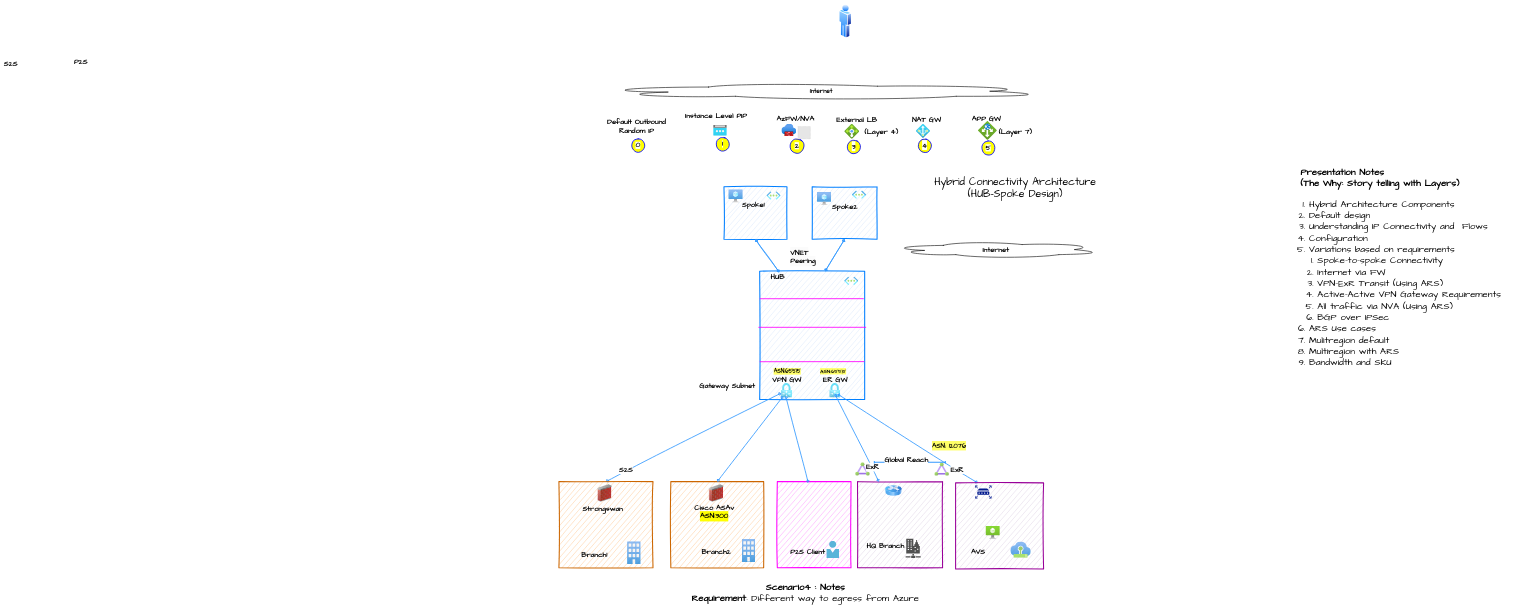
Earlier version of the draw.io diagram page "Hub-Spoke with AzFW + ARS" (1 of 3) of diagrams/hub-spoke.drawio (nehalineogi/azure-networking). Source tidied: cells renumbered, new cells numbered last; positions are measured from the earlier drawing's top-left corner, leaving out a move shared by most shapes. Both pictures are drawn from the tidied source at 21%, with x=0, y=0 at pixel (559, 4). Pictures stored in the file or linked from it are replaced by grey dashed boxes.
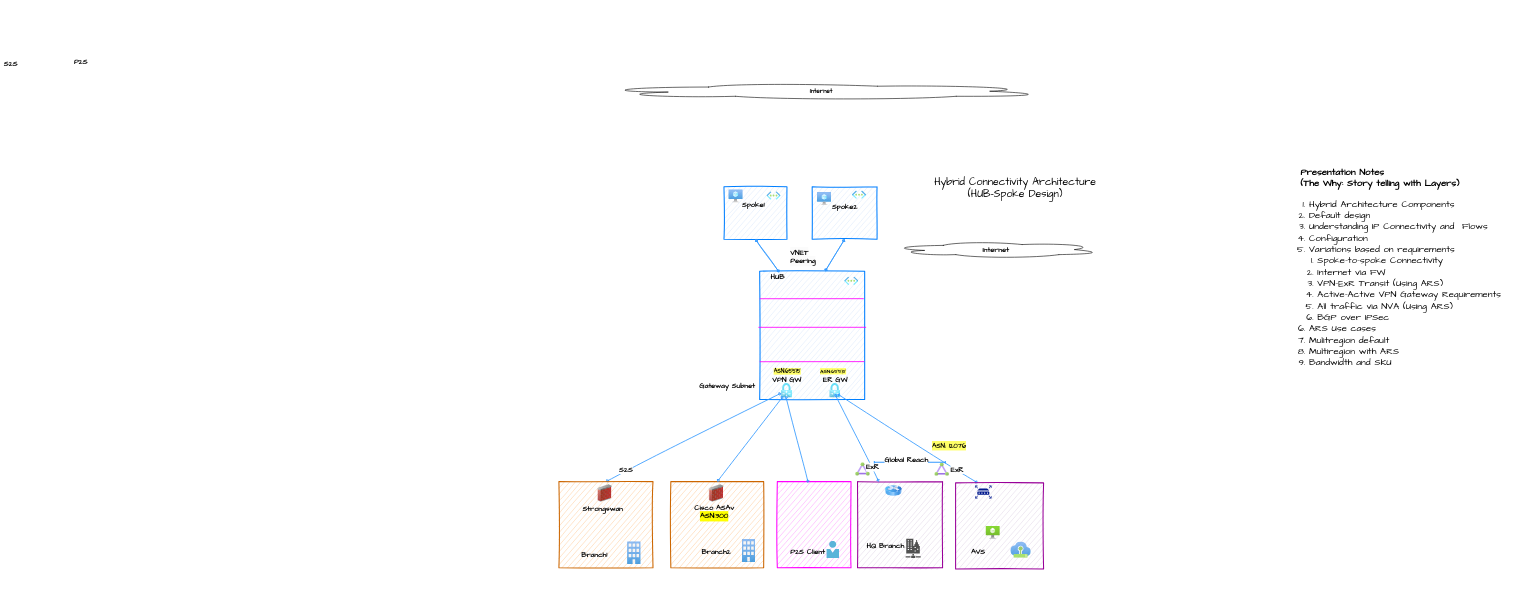
Above is the later version.

Diff of the diagram source:
```diff
@@
-    <mxCell id="30" value="&lt;div style=&quot;text-align: center;&quot;&gt;&lt;b style=&quot;background-color: initial; border-color: var(--border-color); color: rgb(0, 0, 0); font-family: &amp;quot;Comic Sans MS&amp;quot;; font-size: 35px;&quot;&gt;Default Outbound&lt;/b&gt;&lt;/div&gt;&lt;b style=&quot;border-color: var(--border-color); color: rgb(0, 0, 0); font-family: &amp;quot;Comic Sans MS&amp;quot;; font-size: 35px; font-style: normal; font-variant-ligatures: normal; font-variant-caps: normal; letter-spacing: normal; orphans: 2; text-indent: 0px; text-transform: none; widows: 2; word-spacing: 0px; -webkit-text-stroke-width: 0px; text-decoration-thickness: initial; text-decoration-style: initial; text-decoration-color: initial;&quot;&gt;&lt;div style=&quot;text-align: center;&quot;&gt;&lt;b style=&quot;background-color: initial; border-color: var(--border-color);&quot;&gt;Random IP&lt;/b&gt;&lt;/div&gt;&lt;/b&gt;" style="text;whiteSpace=wrap;html=1;fontSize=38;fontFamily=Architects Daughter;fontColor=#4D9900;labelBackgroundColor=none;" parent="1" vertex="1">
-      <mxGeometry x="228" y="533" width="338" height="78" as="geometry" />
-    </mxCell>
@@
-    <mxCell id="71" parent="0" />
-    <mxCell id="72" style="html=1;align=center;image;fontSize=35;image=img/lib/azure2/networking/NAT.svg;labelBackgroundColor=#FFFF00;sketch=1;disableMultiStroke=1;disableMultiStrokeFill=1;strokeColor=#CC6600;strokeWidth=4;fontFamily=Comic Sans MS;fontColor=#000000;fillColor=#FFCC99;" parent="71" vertex="1">
-      <mxGeometry x="1700" y="572" width="68" height="68" as="geometry" />
-    </mxCell>
-    <mxCell id="73" value="&lt;b style=&quot;font-size: 35px;&quot;&gt;NAT GW&lt;/b&gt;" style="text;html=1;align=center;verticalAlign=middle;strokeColor=none;fillColor=none;fontSize=35;fontFamily=Comic Sans MS;fontColor=#000000;" parent="71" vertex="1">
-      <mxGeometry x="1659" y="528" width="182" height="52" as="geometry" />
-    </mxCell>
-    <mxCell id="74" value="&lt;b style=&quot;font-size: 35px;&quot;&gt;External LB&lt;br&gt;&lt;br style=&quot;font-size: 35px;&quot;&gt;&lt;/b&gt;" style="text;html=1;align=center;verticalAlign=middle;strokeColor=none;fillColor=none;fontSize=35;fontFamily=Comic Sans MS;fontColor=#000000;" parent="71" vertex="1">
-      <mxGeometry x="1307" y="520" width="221" height="104" as="geometry" />
-    </mxCell>
-    <mxCell id="75" style="html=1;align=center;image;fontSize=12;image=img/lib/azure2/networking/Firewalls.svg;labelBackgroundColor=#FFFF00;sketch=1;disableMultiStroke=1;disableMultiStrokeFill=1;strokeColor=#CC6600;strokeWidth=4;fontFamily=Comic Sans MS;fontColor=#000000;fillColor=#FFCC99;" parent="71" vertex="1">
-      <mxGeometry x="1060" y="572" width="71" height="60" as="geometry" />
-    </mxCell>
-    <mxCell id="76" style="html=1;align=center;image;fontSize=35;image=img/lib/azure2/networking/Load_Balancers.svg;labelBackgroundColor=#FFFF00;sketch=1;disableMultiStroke=1;disableMultiStrokeFill=1;strokeColor=#CC6600;strokeWidth=4;fontFamily=Comic Sans MS;fontColor=#000000;fillColor=#FFCC99;" parent="71" vertex="1">
-      <mxGeometry x="1359" y="572" width="72" height="72" as="geometry" />
-    </mxCell>
-    <mxCell id="77" style="html=1;align=center;image;fontSize=35;image=img/lib/azure2/networking/Public_IP_Addresses.svg;labelBackgroundColor=none;labelBorderColor=none;sketch=1;fillStyle=solid;fontFamily=Comic Sans MS;fontColor=#000000;" parent="71" vertex="1">
-      <mxGeometry x="735" y="577" width="65" height="52" as="geometry" />
-    </mxCell>
-    <mxCell id="78" value="&lt;span style=&quot;background-color: rgb(255, 255, 255); font-size: 35px;&quot;&gt;&lt;font face=&quot;Comic Sans MS&quot; style=&quot;font-size: 35px;&quot;&gt;&lt;b style=&quot;font-size: 35px;&quot;&gt;3&lt;/b&gt;&lt;/font&gt;&lt;/span&gt;" style="ellipse;whiteSpace=wrap;html=1;strokeWidth=4;fontFamily=Tahoma;spacingBottom=4;spacingRight=2;strokeColor=#0000FF;labelBackgroundColor=#FFFF00;sketch=1;disableMultiStroke=1;disableMultiStrokeFill=1;fontSize=35;fontColor=#000000;fillColor=#FFFF00;fillStyle=solid;" parent="71" vertex="1">
-      <mxGeometry x="1372" y="650" width="65" height="65" as="geometry" />
-    </mxCell>
-    <mxCell id="79" value="&lt;span style=&quot;background-color: rgb(255, 255, 255); font-size: 35px;&quot;&gt;&lt;font face=&quot;Comic Sans MS&quot; style=&quot;font-size: 35px;&quot;&gt;&lt;b style=&quot;font-size: 35px;&quot;&gt;4&lt;/b&gt;&lt;/font&gt;&lt;/span&gt;" style="ellipse;whiteSpace=wrap;html=1;strokeWidth=4;fontFamily=Tahoma;spacingBottom=4;spacingRight=2;strokeColor=#0000FF;labelBackgroundColor=#FFFF00;sketch=1;disableMultiStroke=1;disableMultiStrokeFill=1;fontSize=35;fontColor=#000000;fillColor=#FFFF00;fillStyle=solid;" parent="71" vertex="1">
-      <mxGeometry x="1710" y="644" width="65" height="65" as="geometry" />
-    </mxCell>
-    <mxCell id="80" value="&lt;span style=&quot;background-color: rgb(255, 255, 255);&quot;&gt;&lt;font face=&quot;Comic Sans MS&quot; size=&quot;1&quot; style=&quot;&quot;&gt;&lt;b style=&quot;font-size: 35px;&quot;&gt;2&lt;/b&gt;&lt;/font&gt;&lt;/span&gt;" style="ellipse;whiteSpace=wrap;html=1;strokeWidth=4;fontFamily=Tahoma;spacingBottom=4;spacingRight=2;strokeColor=#0000FF;labelBackgroundColor=#FFFF00;sketch=1;disableMultiStroke=1;disableMultiStrokeFill=1;fontSize=25;fontColor=#000000;fillColor=#FFFF00;fillStyle=solid;" parent="71" vertex="1">
-      <mxGeometry x="1099" y="643" width="70" height="70" as="geometry" />
-    </mxCell>
-    <mxCell id="81" value="&lt;span style=&quot;background-color: rgb(255, 255, 255);&quot;&gt;&lt;font face=&quot;Comic Sans MS&quot; size=&quot;1&quot; style=&quot;&quot;&gt;&lt;b style=&quot;font-size: 35px;&quot;&gt;1&lt;/b&gt;&lt;/font&gt;&lt;/span&gt;" style="ellipse;whiteSpace=wrap;html=1;strokeWidth=4;fontFamily=Tahoma;spacingBottom=4;spacingRight=2;strokeColor=#0000FF;labelBackgroundColor=#FFFF00;sketch=1;disableMultiStroke=1;disableMultiStrokeFill=1;fontSize=25;fontColor=#000000;fillColor=#FFFF00;fillStyle=solid;" parent="71" vertex="1">
-      <mxGeometry x="748" y="637" width="65" height="65" as="geometry" />
-    </mxCell>
-    <mxCell id="82" value="&lt;div style=&quot;text-align: center; font-size: 35px;&quot;&gt;&lt;span style=&quot;background-color: initial; font-size: 35px;&quot;&gt;&lt;font style=&quot;font-size: 35px;&quot;&gt;&lt;b style=&quot;font-size: 35px;&quot;&gt;Instance Level PIP&lt;/b&gt;&lt;/font&gt;&lt;/span&gt;&lt;/div&gt;" style="text;whiteSpace=wrap;html=1;fontSize=35;fontFamily=Comic Sans MS;fontColor=#000000;" parent="71" vertex="1">
-      <mxGeometry x="599" y="507" width="676" height="52" as="geometry" />
-    </mxCell>
-    <mxCell id="83" value="&lt;font style=&quot;font-size: 45px;&quot;&gt;&lt;b&gt;Scenario4 : Notes&lt;br&gt;Requirement&lt;/b&gt;: Different way to egress from Azure&lt;/font&gt;" style="text;html=1;align=center;verticalAlign=middle;strokeColor=none;fillColor=none;fontSize=30;fontFamily=Architects Daughter;sketch=1;hachureGap=4;jiggle=2;curveFitting=1;" parent="71" vertex="1">
-      <mxGeometry x="620" y="2747" width="1105" height="117" as="geometry" />
-    </mxCell>
-    <mxCell id="84" value="&lt;b style=&quot;font-size: 35px;&quot;&gt;AzFW/NVA&lt;/b&gt;" style="text;html=1;align=center;verticalAlign=middle;strokeColor=none;fillColor=none;fontSize=35;fontFamily=Comic Sans MS;fontColor=#000000;" parent="71" vertex="1">
-      <mxGeometry x="1015" y="520" width="221" height="52" as="geometry" />
-    </mxCell>
-    <mxCell id="85" style="html=1;align=center;image;fontSize=12;image=img/lib/azure2/networking/Application_Gateways.svg;sketch=1;hachureGap=4;jiggle=2;curveFitting=1;fontFamily=Architects Daughter;fontColor=#00994D;" parent="71" vertex="1">
-      <mxGeometry x="1996" y="559" width="90" height="90" as="geometry" />
-    </mxCell>
-    <mxCell id="86" value="&lt;span style=&quot;background-color: rgb(255, 255, 255);&quot;&gt;&lt;font face=&quot;Comic Sans MS&quot; size=&quot;1&quot; style=&quot;&quot;&gt;&lt;b style=&quot;font-size: 35px;&quot;&gt;5&lt;/b&gt;&lt;/font&gt;&lt;/span&gt;" style="ellipse;whiteSpace=wrap;html=1;strokeWidth=4;fontFamily=Tahoma;spacingBottom=4;spacingRight=2;strokeColor=#0000FF;labelBackgroundColor=#FFFF00;sketch=1;disableMultiStroke=1;disableMultiStrokeFill=1;fontSize=25;fontColor=#000000;fillColor=#FFFF00;fillStyle=solid;" parent="71" vertex="1">
-      <mxGeometry x="2012.5" y="655" width="65" height="65" as="geometry" />
-    </mxCell>
-    <mxCell id="87" value="&lt;b style=&quot;font-size: 35px;&quot;&gt;APP GW&lt;/b&gt;" style="text;html=1;align=center;verticalAlign=middle;strokeColor=none;fillColor=none;fontSize=35;fontFamily=Comic Sans MS;fontColor=#000000;" parent="71" vertex="1">
-      <mxGeometry x="1950" y="523" width="169" height="52" as="geometry" />
-    </mxCell>
-    <mxCell id="88" style="fillColor=#E6E6E6;strokeColor=#999999;dashed=1;verticalLabelPosition=bottom;labelBackgroundColor=default;verticalAlign=top;" parent="71" vertex="1">
-      <mxGeometry x="1138" y="585" width="59.5" height="58.5" as="geometry" />
-    </mxCell>
-    <mxCell id="89" style="perimeter=ellipsePerimeter;html=1;align=center;shadow=0;dashed=0;spacingTop=3;image;image=img/lib/active_directory/user.svg;sketch=1;hachureGap=4;jiggle=2;curveFitting=1;fontFamily=Architects Daughter;fontSize=27;" parent="71" vertex="1">
-      <mxGeometry x="1333" width="61.8" height="167" as="geometry" />
-    </mxCell>
-    <mxCell id="90" value="&lt;b style=&quot;font-size: 35px;&quot;&gt;(Layer 7)&lt;/b&gt;" style="text;html=1;align=center;verticalAlign=middle;strokeColor=none;fillColor=none;fontSize=35;fontFamily=Comic Sans MS;fontColor=#000000;" parent="71" vertex="1">
-      <mxGeometry x="2082" y="585" width="182" height="52" as="geometry" />
-    </mxCell>
-    <mxCell id="91" value="&lt;b style=&quot;font-size: 35px;&quot;&gt;(Layer 4)&lt;/b&gt;" style="text;html=1;align=center;verticalAlign=middle;strokeColor=none;fillColor=none;fontSize=35;fontFamily=Comic Sans MS;fontColor=#000000;" parent="71" vertex="1">
-      <mxGeometry x="1444" y="585" width="182" height="52" as="geometry" />
-    </mxCell>
-    <mxCell id="92" value="&lt;span style=&quot;background-color: rgb(255, 255, 255);&quot;&gt;&lt;font face=&quot;Comic Sans MS&quot; size=&quot;1&quot; style=&quot;&quot;&gt;&lt;b style=&quot;font-size: 35px;&quot;&gt;0&lt;/b&gt;&lt;/font&gt;&lt;/span&gt;" style="ellipse;whiteSpace=wrap;html=1;strokeWidth=4;fontFamily=Tahoma;spacingBottom=4;spacingRight=2;strokeColor=#0000FF;labelBackgroundColor=#FFFF00;sketch=1;disableMultiStroke=1;disableMultiStrokeFill=1;fontSize=25;fontColor=#000000;fillColor=#FFFF00;fillStyle=solid;" parent="71" vertex="1">
-      <mxGeometry x="345" y="643" width="65" height="65" as="geometry" />
-    </mxCell>
```
